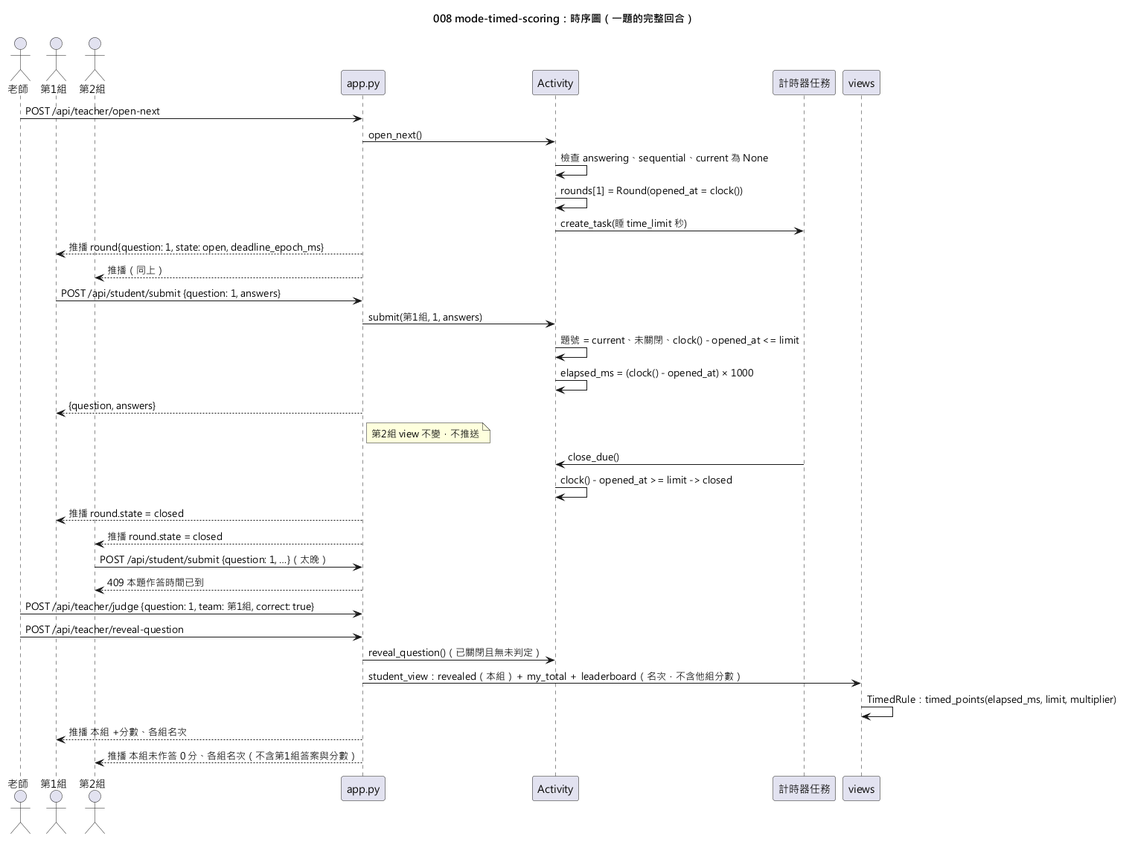
Earlier version of the PlantUML export diagrams/008-mode-timed-scoring-sequence.png (yue083139/software_fin-speckit).
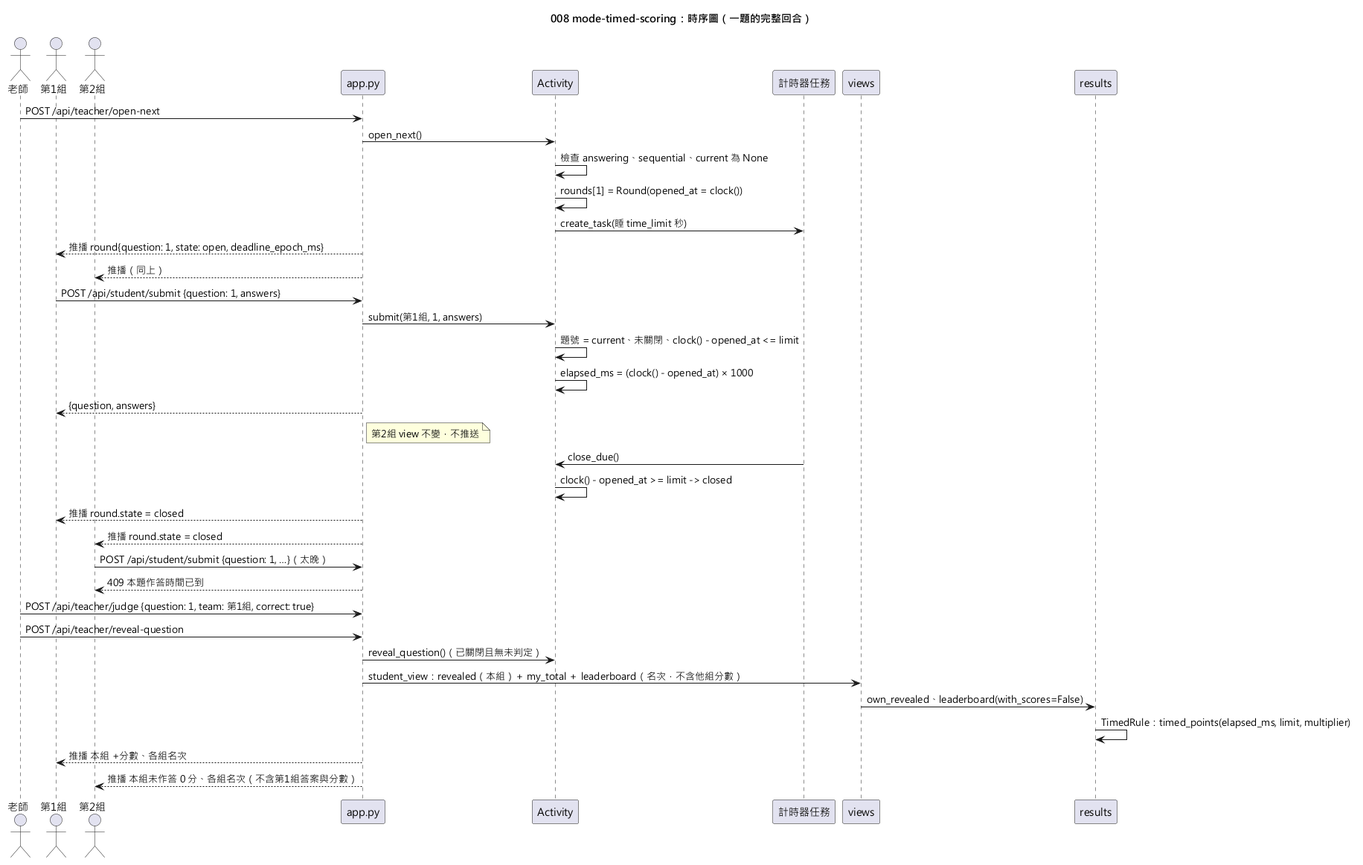
The same file after the commit.

The edit, as a diff of the source:
```diff
@@ -9,6 +9,7 @@
 participant "Activity" as Act
 participant "計時器任務" as Timer
 participant "views" as V
+participant "results" as R
 
 T -> App : POST /api/teacher/open-next
 App -> Act : open_next()
@@ -37,7 +38,8 @@
 T -> App : POST /api/teacher/reveal-question
 App -> Act : reveal_question()（已關閉且無未判定）
 App -> V : student_view：revealed（本組）＋ my_total ＋ leaderboard（名次，不含他組分數）
-V -> V : TimedRule：timed_points(elapsed_ms, limit, multiplier)
+V -> R : own_revealed、leaderboard(with_scores=False)
+R -> R : TimedRule：timed_points(elapsed_ms, limit, multiplier)
 App --> A : 推播 本組 +分數、各組名次
 App --> B : 推播 本組未作答 0 分、各組名次（不含第1組答案與分數）
 @enduml
```
